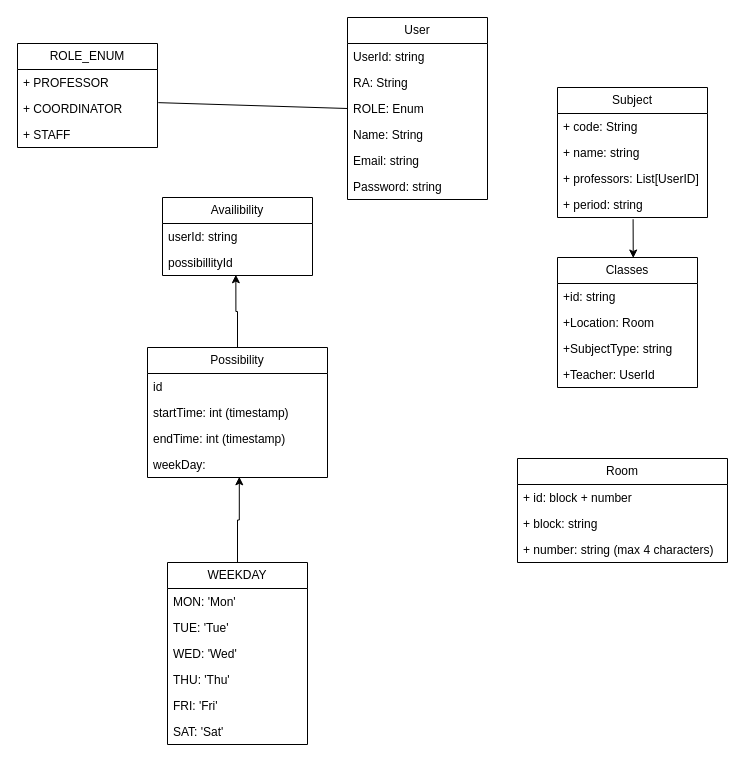
Above: MauaFontysClasses.drawio in 20242-Maua-ECM-Fontys/back (draw.io), before the change. Source tidied: cells renumbered, new cells numbered last; positions are measured from the earlier drawing's top-left corner, leaving out a move shared by most shapes. Both pictures are drawn from the tidied source at 100%, with x=0, y=0 at pixel (17, 17).
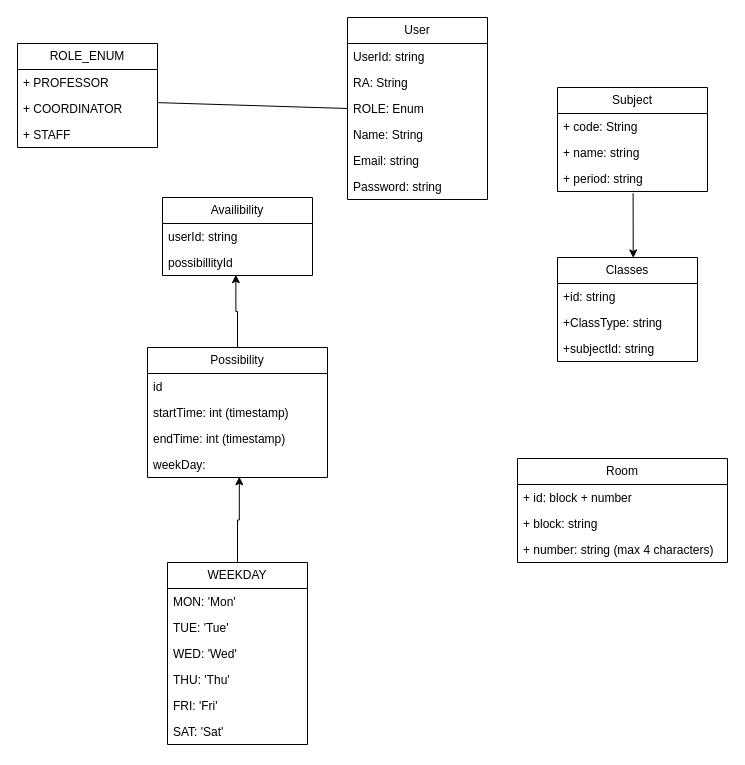
After the change.

Diff of the diagram source:
```diff
@@
     <mxCell id="13" value="Subject" style="swimlane;fontStyle=0;horizontal=1;startSize=26;fillColor=none;whiteSpace=wrap;html=1;" parent="1" vertex="1">
-      <mxGeometry x="540" y="70" width="150" height="130" as="geometry" />
+      <mxGeometry x="540" y="70" width="150" height="104" as="geometry" />
     </mxCell>
@@
-    <mxCell id="16" value="+ professors: List[UserID]" style="text;strokeColor=none;fillColor=none;align=left;verticalAlign=top;spacingLeft=4;spacingRight=4;overflow=hidden;whiteSpace=wrap;html=1;" parent="13" vertex="1">
-      <mxGeometry y="78" width="150" height="26" as="geometry" />
-    </mxCell>
     <mxCell id="17" value="+ period: string" style="text;strokeColor=none;fillColor=none;align=left;verticalAlign=top;spacingLeft=4;spacingRight=4;overflow=hidden;points=[[0,0.5],[1,0.5]];portConstraint=eastwest;whiteSpace=wrap;html=1;" parent="13" vertex="1">
-      <mxGeometry y="104" width="150" height="26" as="geometry" />
+      <mxGeometry y="78" width="150" height="26" as="geometry" />
     </mxCell>
     <mxCell id="18" value="Classes" style="swimlane;fontStyle=0;horizontal=1;startSize=26;fillColor=none;whiteSpace=wrap;html=1;" parent="1" vertex="1">
-      <mxGeometry x="540" y="240" width="140" height="130" as="geometry" />
+      <mxGeometry x="540" y="240" width="140" height="104" as="geometry" />
     </mxCell>
@@
-    <mxCell id="20" value="+Location: Room" style="text;strokeColor=none;fillColor=none;align=left;verticalAlign=top;spacingLeft=4;spacingRight=4;overflow=hidden;whiteSpace=wrap;html=1;" parent="18" vertex="1">
-      <mxGeometry y="52" width="140" height="26" as="geometry" />
-    </mxCell>
-    <mxCell id="21" value="+SubjectType: string" style="text;strokeColor=none;fillColor=none;align=left;verticalAlign=top;spacingLeft=4;spacingRight=4;overflow=hidden;whiteSpace=wrap;html=1;" parent="18" vertex="1">
-      <mxGeometry y="78" width="140" height="26" as="geometry" />
+    <mxCell id="21" value="+ClassType: string" style="text;strokeColor=none;fillColor=none;align=left;verticalAlign=top;spacingLeft=4;spacingRight=4;overflow=hidden;whiteSpace=wrap;html=1;" parent="18" vertex="1">
+      <mxGeometry y="52" width="140" height="26" as="geometry" />
     </mxCell>
-    <mxCell id="22" value="+Teacher: UserId" style="text;strokeColor=none;fillColor=none;align=left;verticalAlign=top;spacingLeft=4;spacingRight=4;overflow=hidden;whiteSpace=wrap;html=1;" parent="18" vertex="1">
-      <mxGeometry y="104" width="140" height="26" as="geometry" />
-    </mxCell>
+    <mxCell id="46" value="+subjectId: string" style="text;strokeColor=none;fillColor=none;align=left;verticalAlign=top;spacingLeft=4;spacingRight=4;overflow=hidden;whiteSpace=wrap;html=1;" parent="18" vertex="1">
+      <mxGeometry y="78" width="140" height="26" as="geometry" />
+    </mxCell>
```
